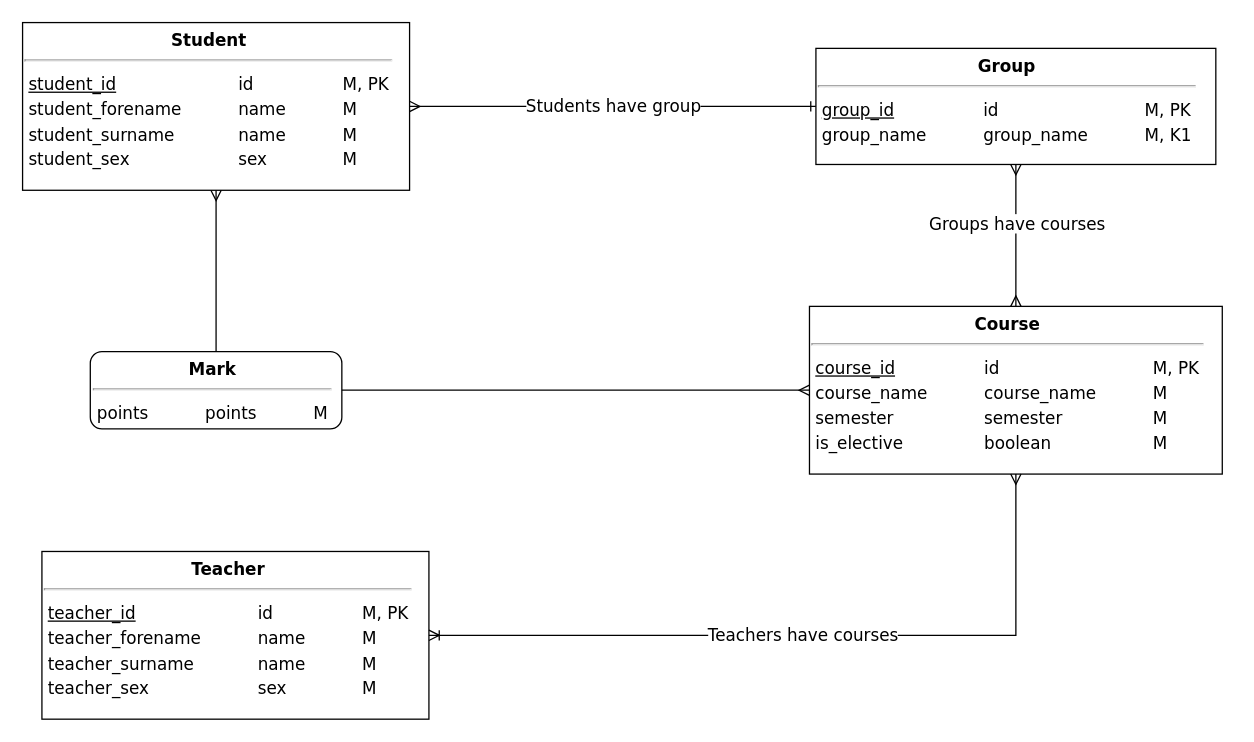
Before: hw02/src/model-scheme.drawio in cannor147/itmo-db, a draw.io diagram. Source tidied: cells renumbered, new cells numbered last; positions are measured from the earlier drawing's top-left corner, leaving out a move shared by most shapes. Both pictures are drawn from the tidied source at 129%, with x=0, y=0 at pixel (22, 22).
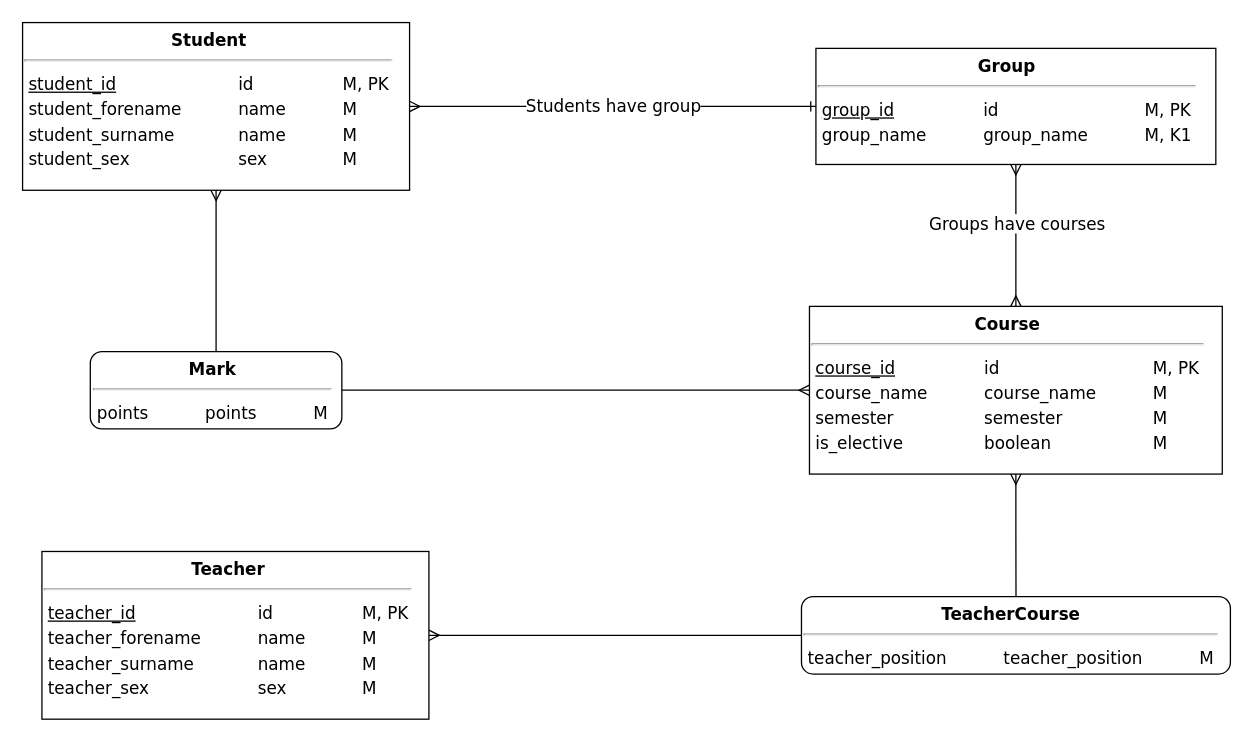
The same diagram, later.

Diff of the diagram source:
```diff
@@
 <mxGraphModel>
   <root>
     <mxCell id="0" />
     <mxCell id="1" parent="0" />
     <mxCell id="2" value="Students have group" style="edgeStyle=orthogonalEdgeStyle;rounded=0;jettySize=auto;html=1;fontFamily=Verdana;fontSize=13;endArrow=ERone;endFill=0;startArrow=ERmany;startFill=0;" parent="1" edge="1" source="3" target="4">
       <mxGeometry relative="1" as="geometry" />
     </mxCell>
     <mxCell id="3" value="&lt;div style=&quot;text-align: center ; font-size: 13px&quot;&gt;&lt;b style=&quot;font-size: 13px&quot;&gt;Student&lt;/b&gt;&lt;/div&gt;&lt;hr style=&quot;font-size: 13px&quot;&gt;&lt;table style=&quot;font-size: 13px&quot;&gt;&lt;tbody style=&quot;font-size: 13px&quot;&gt;&lt;tr style=&quot;font-size: 13px&quot;&gt;&lt;td style=&quot;font-size: 13px&quot;&gt;&lt;u&gt;student_id&lt;/u&gt;&lt;/td&gt;&lt;td style=&quot;font-size: 13px&quot;&gt;&lt;blockquote style=&quot;margin: 0px 0px 0px 40px ; border: none ; padding: 0px ; font-size: 13px&quot;&gt;id&lt;/blockquote&gt;&lt;/td&gt;&lt;td style=&quot;font-size: 13px&quot;&gt;&lt;blockquote style=&quot;margin: 0px 0px 0px 40px ; border: none ; padding: 0px ; font-size: 13px&quot;&gt;M, PK&lt;/blockquote&gt;&lt;/td&gt;&lt;/tr&gt;&lt;tr style=&quot;font-size: 13px&quot;&gt;&lt;td style=&quot;font-size: 13px&quot;&gt;student_forename&lt;/td&gt;&lt;td style=&quot;font-size: 13px&quot;&gt;&lt;blockquote style=&quot;margin: 0px 0px 0px 40px ; border: none ; padding: 0px ; font-size: 13px&quot;&gt;name&lt;/blockquote&gt;&lt;/td&gt;&lt;td style=&quot;font-size: 13px&quot;&gt;&lt;blockquote style=&quot;margin: 0px 0px 0px 40px ; border: none ; padding: 0px ; font-size: 13px&quot;&gt;M&lt;/blockquote&gt;&lt;/td&gt;&lt;/tr&gt;&lt;tr style=&quot;font-size: 13px&quot;&gt;&lt;td style=&quot;font-size: 13px&quot;&gt;student_surname&lt;/td&gt;&lt;td style=&quot;font-size: 13px&quot;&gt;&lt;blockquote style=&quot;margin: 0px 0px 0px 40px ; border: none ; padding: 0px ; font-size: 13px&quot;&gt;name&lt;/blockquote&gt;&lt;/td&gt;&lt;td style=&quot;font-size: 13px&quot;&gt;&lt;blockquote style=&quot;margin: 0px 0px 0px 40px ; border: none ; padding: 0px ; font-size: 13px&quot;&gt;M&lt;/blockquote&gt;&lt;/td&gt;&lt;/tr&gt;&lt;tr style=&quot;font-size: 13px&quot;&gt;&lt;td style=&quot;font-size: 13px&quot;&gt;student_sex&lt;/td&gt;&lt;td style=&quot;font-size: 13px&quot;&gt;&lt;blockquote style=&quot;margin: 0px 0px 0px 40px ; border: none ; padding: 0px ; font-size: 13px&quot;&gt;sex&lt;/blockquote&gt;&lt;/td&gt;&lt;td style=&quot;font-size: 13px&quot;&gt;&lt;blockquote style=&quot;margin: 0px 0px 0px 40px ; border: none ; padding: 0px ; font-size: 13px&quot;&gt;M&lt;/blockquote&gt;&lt;/td&gt;&lt;/tr&gt;&lt;/tbody&gt;&lt;/table&gt;" style="rounded=0;whiteSpace=wrap;html=1;labelBackgroundColor=none;fontFamily=Verdana;fontSize=13;align=left;verticalAlign=top;" parent="1" vertex="1">
       <mxGeometry width="300" height="130" as="geometry" />
     </mxCell>
     <mxCell id="4" value="&lt;div style=&quot;text-align: center ; font-size: 13px&quot;&gt;&lt;b style=&quot;font-size: 13px&quot;&gt;Group&lt;/b&gt;&lt;/div&gt;&lt;hr style=&quot;font-size: 13px&quot;&gt;&lt;table style=&quot;font-size: 13px&quot;&gt;&lt;tbody style=&quot;font-size: 13px&quot;&gt;&lt;tr style=&quot;font-size: 13px&quot;&gt;&lt;td style=&quot;font-size: 13px&quot;&gt;&lt;u&gt;group_id&lt;/u&gt;&lt;/td&gt;&lt;td style=&quot;font-size: 13px&quot;&gt;&lt;blockquote style=&quot;margin: 0px 0px 0px 40px ; border: none ; padding: 0px ; font-size: 13px&quot;&gt;id&lt;/blockquote&gt;&lt;/td&gt;&lt;td style=&quot;font-size: 13px&quot;&gt;&lt;blockquote style=&quot;margin: 0px 0px 0px 40px ; border: none ; padding: 0px ; font-size: 13px&quot;&gt;M, PK&lt;/blockquote&gt;&lt;/td&gt;&lt;/tr&gt;&lt;tr style=&quot;font-size: 13px&quot;&gt;&lt;td style=&quot;font-size: 13px&quot;&gt;group_name&lt;/td&gt;&lt;td style=&quot;font-size: 13px&quot;&gt;&lt;blockquote style=&quot;margin: 0px 0px 0px 40px ; border: none ; padding: 0px ; font-size: 13px&quot;&gt;group_name&lt;/blockquote&gt;&lt;/td&gt;&lt;td style=&quot;font-size: 13px&quot;&gt;&lt;blockquote style=&quot;margin: 0px 0px 0px 40px ; border: none ; padding: 0px ; font-size: 13px&quot;&gt;M, K1&lt;/blockquote&gt;&lt;/td&gt;&lt;/tr&gt;&lt;/tbody&gt;&lt;/table&gt;" style="rounded=0;whiteSpace=wrap;html=1;labelBackgroundColor=none;fontFamily=Verdana;fontSize=13;align=left;verticalAlign=top;" parent="1" vertex="1">
       <mxGeometry x="615" y="20" width="310" height="90" as="geometry" />
     </mxCell>
     <mxCell id="5" value="&lt;div style=&quot;text-align: center ; font-size: 13px&quot;&gt;&lt;b style=&quot;font-size: 13px&quot;&gt;Teacher&lt;/b&gt;&lt;/div&gt;&lt;hr style=&quot;font-size: 13px&quot;&gt;&lt;table style=&quot;font-size: 13px&quot;&gt;&lt;tbody style=&quot;font-size: 13px&quot;&gt;&lt;tr style=&quot;font-size: 13px&quot;&gt;&lt;td style=&quot;font-size: 13px&quot;&gt;&lt;u&gt;teacher_id&lt;/u&gt;&lt;/td&gt;&lt;td style=&quot;font-size: 13px&quot;&gt;&lt;blockquote style=&quot;margin: 0px 0px 0px 40px ; border: none ; padding: 0px ; font-size: 13px&quot;&gt;id&lt;/blockquote&gt;&lt;/td&gt;&lt;td style=&quot;font-size: 13px&quot;&gt;&lt;blockquote style=&quot;margin: 0px 0px 0px 40px ; border: none ; padding: 0px ; font-size: 13px&quot;&gt;M, PK&lt;/blockquote&gt;&lt;/td&gt;&lt;/tr&gt;&lt;tr style=&quot;font-size: 13px&quot;&gt;&lt;td style=&quot;font-size: 13px&quot;&gt;teacher_forename&lt;/td&gt;&lt;td style=&quot;font-size: 13px&quot;&gt;&lt;blockquote style=&quot;margin: 0px 0px 0px 40px ; border: none ; padding: 0px ; font-size: 13px&quot;&gt;name&lt;/blockquote&gt;&lt;/td&gt;&lt;td style=&quot;font-size: 13px&quot;&gt;&lt;blockquote style=&quot;margin: 0px 0px 0px 40px ; border: none ; padding: 0px ; font-size: 13px&quot;&gt;M&lt;/blockquote&gt;&lt;/td&gt;&lt;/tr&gt;&lt;tr style=&quot;font-size: 13px&quot;&gt;&lt;td style=&quot;font-size: 13px&quot;&gt;teacher_surname&lt;/td&gt;&lt;td style=&quot;font-size: 13px&quot;&gt;&lt;blockquote style=&quot;margin: 0px 0px 0px 40px ; border: none ; padding: 0px ; font-size: 13px&quot;&gt;name&lt;/blockquote&gt;&lt;/td&gt;&lt;td style=&quot;font-size: 13px&quot;&gt;&lt;blockquote style=&quot;margin: 0px 0px 0px 40px ; border: none ; padding: 0px ; font-size: 13px&quot;&gt;M&lt;/blockquote&gt;&lt;/td&gt;&lt;/tr&gt;&lt;tr style=&quot;font-size: 13px&quot;&gt;&lt;td style=&quot;font-size: 13px&quot;&gt;teacher_sex&lt;/td&gt;&lt;td style=&quot;font-size: 13px&quot;&gt;&lt;blockquote style=&quot;margin: 0px 0px 0px 40px ; border: none ; padding: 0px ; font-size: 13px&quot;&gt;sex&lt;/blockquote&gt;&lt;/td&gt;&lt;td style=&quot;font-size: 13px&quot;&gt;&lt;blockquote style=&quot;margin: 0px 0px 0px 40px ; border: none ; padding: 0px ; font-size: 13px&quot;&gt;M&lt;/blockquote&gt;&lt;/td&gt;&lt;/tr&gt;&lt;/tbody&gt;&lt;/table&gt;" style="rounded=0;whiteSpace=wrap;html=1;labelBackgroundColor=none;fontFamily=Verdana;fontSize=13;align=left;verticalAlign=top;" parent="1" vertex="1">
       <mxGeometry x="15" y="410" width="300" height="130" as="geometry" />
     </mxCell>
     <mxCell id="6" value="&lt;div style=&quot;text-align: center ; font-size: 13px&quot;&gt;&lt;b style=&quot;font-size: 13px&quot;&gt;Course&lt;/b&gt;&lt;/div&gt;&lt;hr style=&quot;font-size: 13px&quot;&gt;&lt;table style=&quot;font-size: 13px&quot;&gt;&lt;tbody style=&quot;font-size: 13px&quot;&gt;&lt;tr style=&quot;font-size: 13px&quot;&gt;&lt;td style=&quot;font-size: 13px&quot;&gt;&lt;u&gt;course_id&lt;/u&gt;&lt;/td&gt;&lt;td style=&quot;font-size: 13px&quot;&gt;&lt;blockquote style=&quot;margin: 0px 0px 0px 40px ; border: none ; padding: 0px ; font-size: 13px&quot;&gt;id&lt;/blockquote&gt;&lt;/td&gt;&lt;td style=&quot;font-size: 13px&quot;&gt;&lt;blockquote style=&quot;margin: 0px 0px 0px 40px ; border: none ; padding: 0px ; font-size: 13px&quot;&gt;M, PK&lt;/blockquote&gt;&lt;/td&gt;&lt;/tr&gt;&lt;tr style=&quot;font-size: 13px&quot;&gt;&lt;td style=&quot;font-size: 13px&quot;&gt;course_name&lt;/td&gt;&lt;td style=&quot;font-size: 13px&quot;&gt;&lt;blockquote style=&quot;margin: 0px 0px 0px 40px ; border: none ; padding: 0px ; font-size: 13px&quot;&gt;course_name&lt;/blockquote&gt;&lt;/td&gt;&lt;td style=&quot;font-size: 13px&quot;&gt;&lt;blockquote style=&quot;margin: 0px 0px 0px 40px ; border: none ; padding: 0px ; font-size: 13px&quot;&gt;M&lt;/blockquote&gt;&lt;/td&gt;&lt;/tr&gt;&lt;tr style=&quot;font-size: 13px&quot;&gt;&lt;td style=&quot;font-size: 13px&quot;&gt;semester&lt;/td&gt;&lt;td style=&quot;font-size: 13px&quot;&gt;&lt;blockquote style=&quot;margin: 0px 0px 0px 40px ; border: none ; padding: 0px ; font-size: 13px&quot;&gt;semester&lt;/blockquote&gt;&lt;/td&gt;&lt;td style=&quot;font-size: 13px&quot;&gt;&lt;blockquote style=&quot;margin: 0px 0px 0px 40px ; border: none ; padding: 0px ; font-size: 13px&quot;&gt;M&lt;/blockquote&gt;&lt;/td&gt;&lt;/tr&gt;&lt;tr style=&quot;font-size: 13px&quot;&gt;&lt;td style=&quot;font-size: 13px&quot;&gt;is_elective&lt;/td&gt;&lt;td style=&quot;font-size: 13px&quot;&gt;&lt;blockquote style=&quot;margin: 0px 0px 0px 40px ; border: none ; padding: 0px ; font-size: 13px&quot;&gt;boolean&lt;/blockquote&gt;&lt;/td&gt;&lt;td style=&quot;font-size: 13px&quot;&gt;&lt;blockquote style=&quot;margin: 0px 0px 0px 40px ; border: none ; padding: 0px ; font-size: 13px&quot;&gt;M&lt;/blockquote&gt;&lt;/td&gt;&lt;/tr&gt;&lt;/tbody&gt;&lt;/table&gt;" style="rounded=0;whiteSpace=wrap;html=1;labelBackgroundColor=none;fontFamily=Verdana;fontSize=13;align=left;verticalAlign=top;" parent="1" vertex="1">
       <mxGeometry x="610" y="220" width="320" height="130" as="geometry" />
     </mxCell>
     <mxCell id="7" value="&lt;div style=&quot;text-align: center ; font-size: 13px&quot;&gt;&lt;b style=&quot;font-size: 13px&quot;&gt;Mark&lt;/b&gt;&lt;/div&gt;&lt;hr style=&quot;font-size: 13px&quot;&gt;&lt;table style=&quot;font-size: 13px&quot;&gt;&lt;tbody style=&quot;font-size: 13px&quot;&gt;&lt;tr style=&quot;font-size: 13px&quot;&gt;&lt;td style=&quot;font-size: 13px&quot;&gt;points&lt;/td&gt;&lt;td style=&quot;font-size: 13px&quot;&gt;&lt;blockquote style=&quot;margin: 0px 0px 0px 40px ; border: none ; padding: 0px ; font-size: 13px&quot;&gt;points&lt;/blockquote&gt;&lt;/td&gt;&lt;td style=&quot;font-size: 13px&quot;&gt;&lt;blockquote style=&quot;margin: 0px 0px 0px 40px ; border: none ; padding: 0px ; font-size: 13px&quot;&gt;M&lt;/blockquote&gt;&lt;/td&gt;&lt;/tr&gt;&lt;/tbody&gt;&lt;/table&gt;" style="rounded=1;whiteSpace=wrap;html=1;labelBackgroundColor=none;fontFamily=Verdana;fontSize=13;align=left;verticalAlign=top;" parent="1" vertex="1">
       <mxGeometry x="52.5" y="255" width="195" height="60" as="geometry" />
     </mxCell>
     <mxCell id="8" style="endArrow=ERmany;html=1;fontFamily=Verdana;fontSize=13;edgeStyle=orthogonalEdgeStyle;endFill=0;startArrow=ERmany;startFill=0;rounded=0;" parent="1" edge="1" source="4" target="6">
       <mxGeometry relative="1" as="geometry" />
     </mxCell>
     <mxCell id="9" value="Groups have courses" style="edgeLabel;html=1;align=center;verticalAlign=middle;fontSize=13;fontFamily=Verdana;" parent="8" vertex="1">
       <mxGeometry x="-0.18" relative="1" as="geometry" />
     </mxCell>
     <mxCell id="10" style="endArrow=none;html=1;fontFamily=Verdana;fontSize=13;edgeStyle=orthogonalEdgeStyle;rounded=0;endFill=0;startArrow=ERmany;startFill=0;" parent="1" edge="1" source="3" target="7">
       <mxGeometry relative="1" as="geometry" />
     </mxCell>
     <mxCell id="11" style="endArrow=none;html=1;fontFamily=Verdana;fontSize=13;edgeStyle=orthogonalEdgeStyle;rounded=0;endFill=0;startArrow=ERmany;startFill=0;" parent="1" edge="1" source="6" target="7">
       <mxGeometry relative="1" as="geometry" />
     </mxCell>
-    <mxCell id="12" value="Teachers have courses" style="endArrow=ERmany;html=1;fontFamily=Verdana;fontSize=13;edgeStyle=orthogonalEdgeStyle;rounded=0;endFill=0;startArrow=ERoneToMany;startFill=0;" parent="1" edge="1" source="5" target="6">
+    <mxCell id="12" style="endArrow=none;html=1;fontFamily=Verdana;fontSize=13;edgeStyle=orthogonalEdgeStyle;rounded=0;endFill=0;startArrow=ERmany;startFill=0;" parent="1" edge="1" source="5" target="13">
       <mxGeometry relative="1" as="geometry" />
     </mxCell>
+    <mxCell id="13" value="&lt;div style=&quot;text-align: center ; font-size: 13px&quot;&gt;&lt;b style=&quot;font-size: 13px&quot;&gt;TeacherCourse&lt;/b&gt;&lt;/div&gt;&lt;hr style=&quot;font-size: 13px&quot;&gt;&lt;table style=&quot;font-size: 13px&quot;&gt;&lt;tbody style=&quot;font-size: 13px&quot;&gt;&lt;tr style=&quot;font-size: 13px&quot;&gt;&lt;td style=&quot;font-size: 13px&quot;&gt;teacher_position&lt;/td&gt;&lt;td style=&quot;font-size: 13px&quot;&gt;&lt;blockquote style=&quot;margin: 0px 0px 0px 40px ; border: none ; padding: 0px ; font-size: 13px&quot;&gt;teacher_position&lt;/blockquote&gt;&lt;/td&gt;&lt;td style=&quot;font-size: 13px&quot;&gt;&lt;blockquote style=&quot;margin: 0px 0px 0px 40px ; border: none ; padding: 0px ; font-size: 13px&quot;&gt;M&lt;/blockquote&gt;&lt;/td&gt;&lt;/tr&gt;&lt;/tbody&gt;&lt;/table&gt;" style="rounded=1;whiteSpace=wrap;html=1;labelBackgroundColor=none;fontFamily=Verdana;fontSize=13;align=left;verticalAlign=top;" parent="1" vertex="1">
+      <mxGeometry x="603.8" y="445" width="332.5" height="60" as="geometry" />
+    </mxCell>
+    <mxCell id="14" style="endArrow=none;html=1;fontFamily=Verdana;fontSize=13;edgeStyle=orthogonalEdgeStyle;rounded=0;endFill=0;startArrow=ERmany;startFill=0;" parent="1" edge="1" source="6" target="13">
+      <mxGeometry relative="1" as="geometry" />
+    </mxCell>
   </root>
 </mxGraphModel>
```
